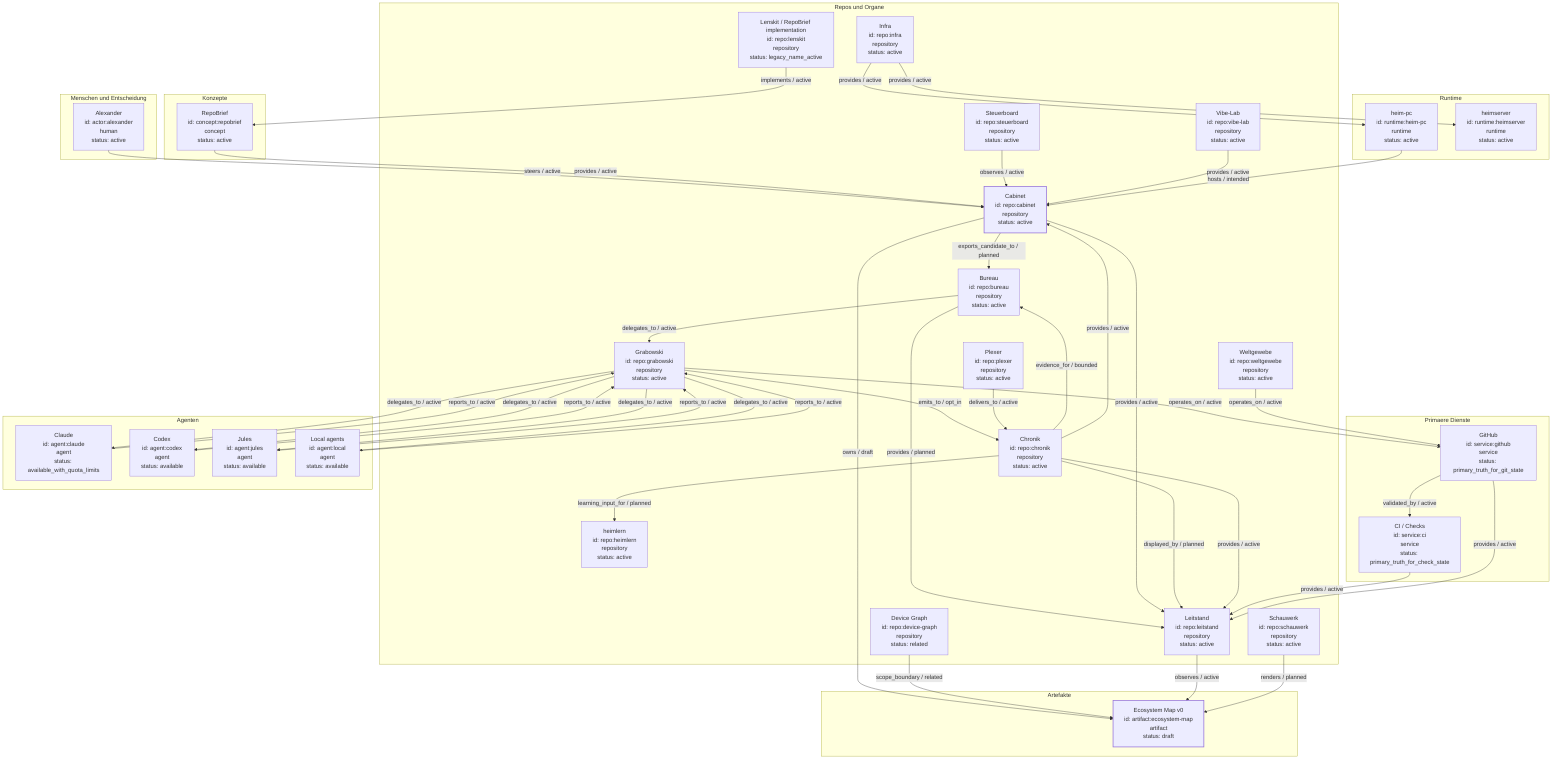
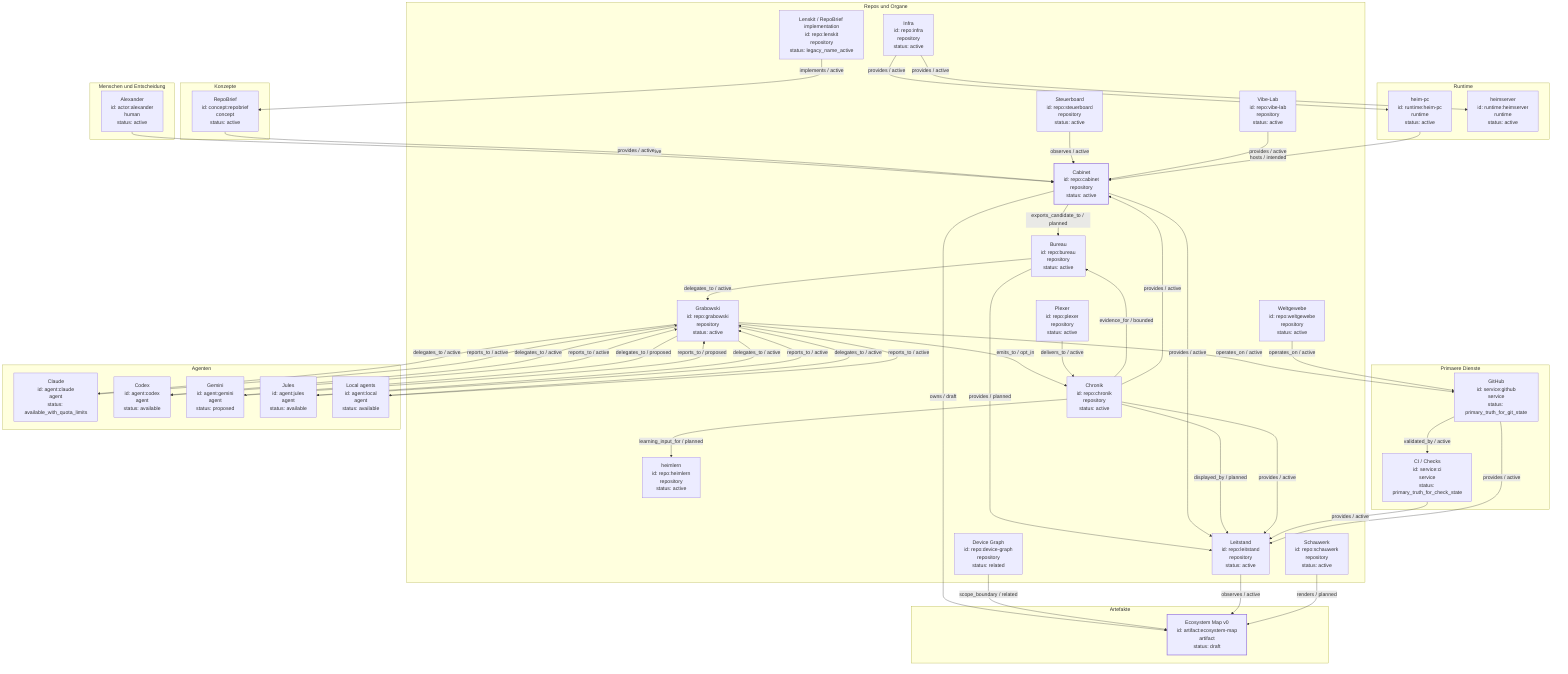
flowchart TD
    %% GENERATED FILE. Do not edit manually.
    %% GENERATED: scripts/render_ecosystem_registry_map.py
    %% Run: python3 scripts/render_ecosystem_registry_map.py
    %% Source: registry/ecosystem/nodes.json + registry/ecosystem/edges.json
    %% Boundary: this projection does not establish claim truth, runtime correctness or merge readiness.

    subgraph kind_human[Menschen und Entscheidung]
        actor_alexander["Alexander<br/>id: actor:alexander<br/>human<br/>status: active"]
    end

    subgraph kind_repository[Repos und Organe]
        repo_bureau["Bureau<br/>id: repo:bureau<br/>repository<br/>status: active"]
        repo_cabinet["Cabinet<br/>id: repo:cabinet<br/>repository<br/>status: active"]
        repo_chronik["Chronik<br/>id: repo:chronik<br/>repository<br/>status: active"]
        repo_device_graph["Device Graph<br/>id: repo:device-graph<br/>repository<br/>status: related"]
        repo_grabowski["Grabowski<br/>id: repo:grabowski<br/>repository<br/>status: active"]
        repo_heimlern["heimlern<br/>id: repo:heimlern<br/>repository<br/>status: active"]
        repo_infra["Infra<br/>id: repo:infra<br/>repository<br/>status: active"]
        repo_leitstand["Leitstand<br/>id: repo:leitstand<br/>repository<br/>status: active"]
        repo_lenskit["Lenskit / RepoBrief implementation<br/>id: repo:lenskit<br/>repository<br/>status: legacy_name_active"]
        repo_plexer["Plexer<br/>id: repo:plexer<br/>repository<br/>status: active"]
        repo_schauwerk["Schauwerk<br/>id: repo:schauwerk<br/>repository<br/>status: active"]
        repo_steuerboard["Steuerboard<br/>id: repo:steuerboard<br/>repository<br/>status: active"]
        repo_vibe_lab["Vibe-Lab<br/>id: repo:vibe-lab<br/>repository<br/>status: active"]
        repo_weltgewebe["Weltgewebe<br/>id: repo:weltgewebe<br/>repository<br/>status: active"]
    end

    subgraph kind_concept[Konzepte]
        concept_repobrief["RepoBrief<br/>id: concept:repobrief<br/>concept<br/>status: active"]
    end

    subgraph kind_artifact[Artefakte]
        artifact_ecosystem_map["Ecosystem Map v0<br/>id: artifact:ecosystem-map<br/>artifact<br/>status: draft"]
    end

    subgraph kind_service[Primaere Dienste]
        service_ci["CI / Checks<br/>id: service:ci<br/>service<br/>status: primary_truth_for_check_state"]
        service_github["GitHub<br/>id: service:github<br/>service<br/>status: primary_truth_for_git_state"]
    end

    subgraph kind_runtime[Runtime]
        runtime_heim_pc["heim-pc<br/>id: runtime:heim-pc<br/>runtime<br/>status: active"]
        runtime_heimserver["heimserver<br/>id: runtime:heimserver<br/>runtime<br/>status: active"]
    end

    subgraph kind_agent[Agenten]
        agent_claude["Claude<br/>id: agent:claude<br/>agent<br/>status: available_with_quota_limits"]
        agent_codex["Codex<br/>id: agent:codex<br/>agent<br/>status: available"]
+         agent_gemini["Gemini<br/>id: agent:gemini<br/>agent<br/>status: proposed"]
        agent_jules["Jules<br/>id: agent:jules<br/>agent<br/>status: available"]
        agent_local["Local agents<br/>id: agent:local<br/>agent<br/>status: available"]
    end

    actor_alexander -->|steers / active| repo_cabinet
    agent_claude -->|reports_to / active| repo_grabowski
    agent_codex -->|reports_to / active| repo_grabowski
+     agent_gemini -->|reports_to / proposed| repo_grabowski
    agent_jules -->|reports_to / active| repo_grabowski
    agent_local -->|reports_to / active| repo_grabowski
    concept_repobrief -->|provides / active| repo_cabinet
    repo_bureau -->|delegates_to / active| repo_grabowski
    repo_bureau -->|provides / planned| repo_leitstand
    repo_cabinet -->|owns / draft| artifact_ecosystem_map
    repo_cabinet -->|exports_candidate_to / planned| repo_bureau
    repo_cabinet -->|provides / active| repo_leitstand
    repo_chronik -->|evidence_for / bounded| repo_bureau
    repo_chronik -->|provides / active| repo_cabinet
    repo_chronik -->|learning_input_for / planned| repo_heimlern
    repo_chronik -->|displayed_by / planned| repo_leitstand
    repo_chronik -->|provides / active| repo_leitstand
    repo_device_graph -->|scope_boundary / related| artifact_ecosystem_map
    repo_grabowski -->|delegates_to / active| agent_claude
    repo_grabowski -->|delegates_to / active| agent_codex
+     repo_grabowski -->|delegates_to / proposed| agent_gemini
    repo_grabowski -->|delegates_to / active| agent_jules
    repo_grabowski -->|delegates_to / active| agent_local
    repo_grabowski -->|emits_to / opt_in| repo_chronik
    repo_grabowski -->|operates_on / active| service_github
    repo_infra -->|provides / active| runtime_heim_pc
    repo_infra -->|provides / active| runtime_heimserver
    repo_leitstand -->|observes / active| artifact_ecosystem_map
    repo_lenskit -->|implements / active| concept_repobrief
    repo_plexer -->|delivers_to / active| repo_chronik
    repo_schauwerk -->|renders / planned| artifact_ecosystem_map
    repo_steuerboard -->|observes / active| repo_cabinet
    repo_vibe_lab -->|provides / active| repo_cabinet
    repo_weltgewebe -->|operates_on / active| service_github
    runtime_heim_pc -->|hosts / intended| repo_cabinet
    service_ci -->|provides / active| repo_leitstand
    service_github -->|provides / active| repo_leitstand
    service_github -->|validated_by / active| service_ci

    %% Visual anchor only; does not establish canonical truth.
    classDef mapAnchor stroke-width:2px;
    class repo_cabinet,artifact_ecosystem_map mapAnchor;
